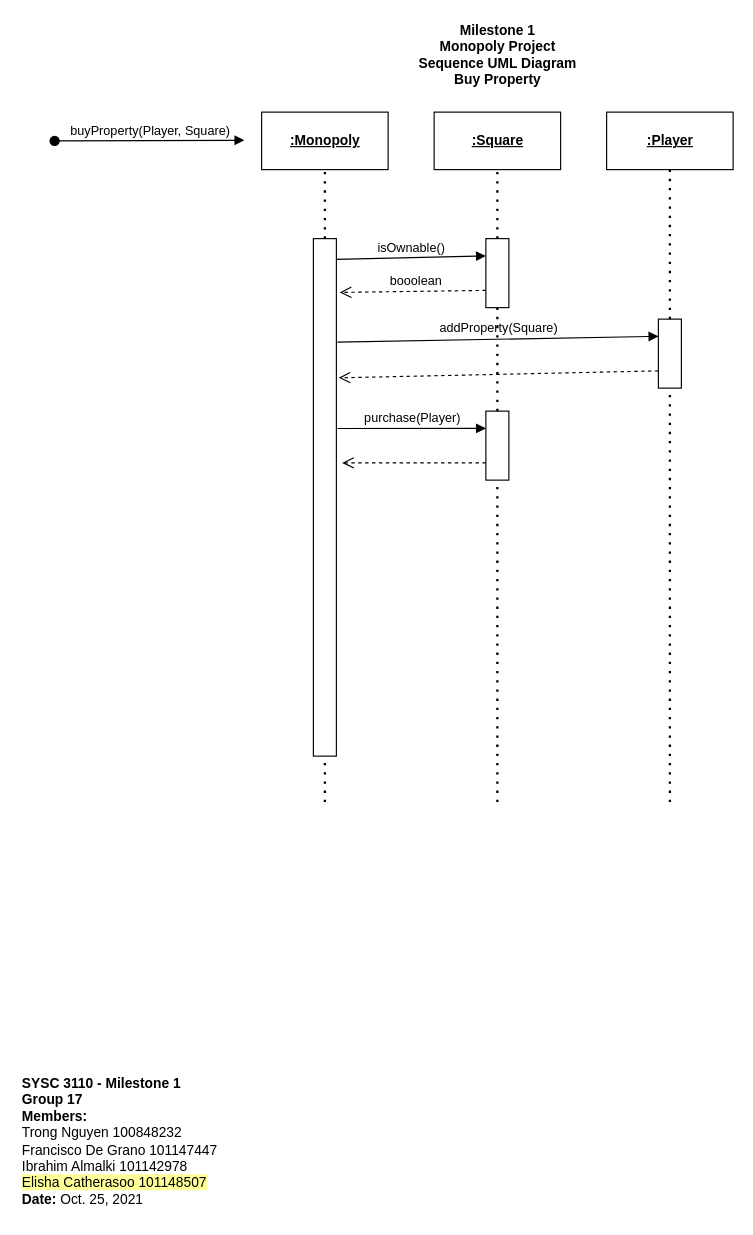
Before: page "SequenceUML_2" (3 of 5) of M2_ClassUML.drawio in trong0dn/monopoly, a draw.io diagram. Source tidied: cells renumbered, new cells numbered last; positions are measured from the earlier drawing's top-left corner, leaving out a move shared by most shapes. Both pictures are drawn from the tidied source at 115%, with x=0, y=0 at pixel (20, 20).
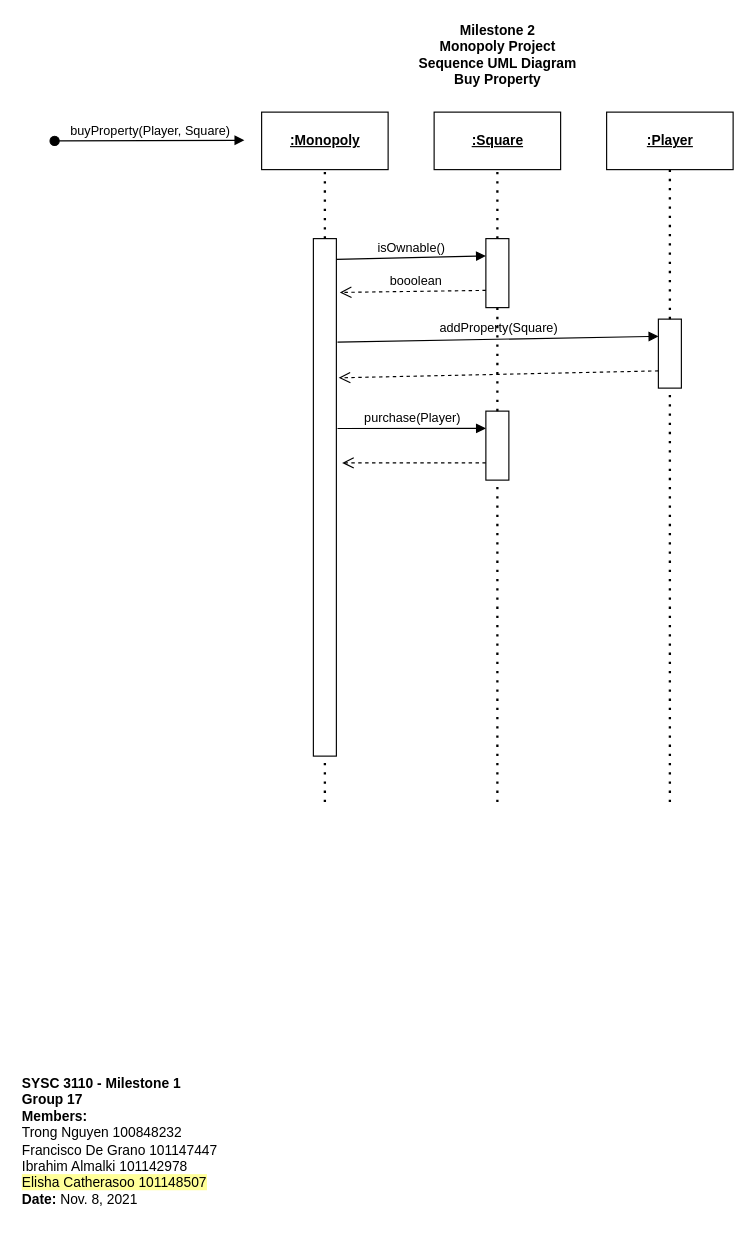
Above is the later version.

Diff of the diagram source:
```diff
@@
-    <mxCell id="2" value="&lt;b&gt;SYSC 3110 - Milestone 1&lt;/b&gt;&lt;br&gt;&lt;b&gt;Group 17&lt;/b&gt;&lt;br&gt;&lt;b&gt;Members:&lt;/b&gt;&lt;br&gt;Trong Nguyen 100848232 &lt;br&gt;Francisco De Grano 101147447 &lt;br&gt;&lt;span style=&quot;background-color: rgb(255 , 255 , 255)&quot;&gt;Ibrahim Almalki 101142978 &lt;br&gt;&lt;/span&gt;&lt;span style=&quot;background-color: rgb(255 , 255 , 153)&quot;&gt;Elisha Catherasoo 101148507&lt;br&gt;&lt;/span&gt;&lt;b&gt;Date: &lt;/b&gt;Oct. 25, 2021" style="text;html=1;strokeColor=none;fillColor=none;align=left;verticalAlign=middle;whiteSpace=wrap;rounded=0;" parent="1" vertex="1">
+    <mxCell id="2" value="&lt;b&gt;SYSC 3110 - Milestone 1&lt;/b&gt;&lt;br&gt;&lt;b&gt;Group 17&lt;/b&gt;&lt;br&gt;&lt;b&gt;Members:&lt;/b&gt;&lt;br&gt;Trong Nguyen 100848232 &lt;br&gt;Francisco De Grano 101147447 &lt;br&gt;&lt;span style=&quot;background-color: rgb(255 , 255 , 255)&quot;&gt;Ibrahim Almalki 101142978 &lt;br&gt;&lt;/span&gt;&lt;span style=&quot;background-color: rgb(255 , 255 , 153)&quot;&gt;Elisha Catherasoo 101148507&lt;br&gt;&lt;/span&gt;&lt;b&gt;Date: &lt;/b&gt;Nov. 8, 2021" style="text;html=1;strokeColor=none;fillColor=none;align=left;verticalAlign=middle;whiteSpace=wrap;rounded=0;" parent="1" vertex="1">
       <mxGeometry y="910" width="200" height="130" as="geometry" />
     </mxCell>
-    <mxCell id="3" value="&lt;b&gt;Milestone 1&lt;br&gt;Monopoly Project&lt;br&gt;Sequence UML Diagram&lt;br&gt;Buy Property&lt;br&gt;&lt;/b&gt;" style="text;html=1;align=center;verticalAlign=middle;strokeColor=none;fillColor=none;" parent="1" vertex="1">
+    <mxCell id="3" value="&lt;b&gt;Milestone 2&lt;br&gt;Monopoly Project&lt;br&gt;Sequence UML Diagram&lt;br&gt;Buy Property&lt;br&gt;&lt;/b&gt;" style="text;html=1;align=center;verticalAlign=middle;strokeColor=none;fillColor=none;" parent="1" vertex="1">
       <mxGeometry x="340" width="150" height="60" as="geometry" />
     </mxCell>
```
